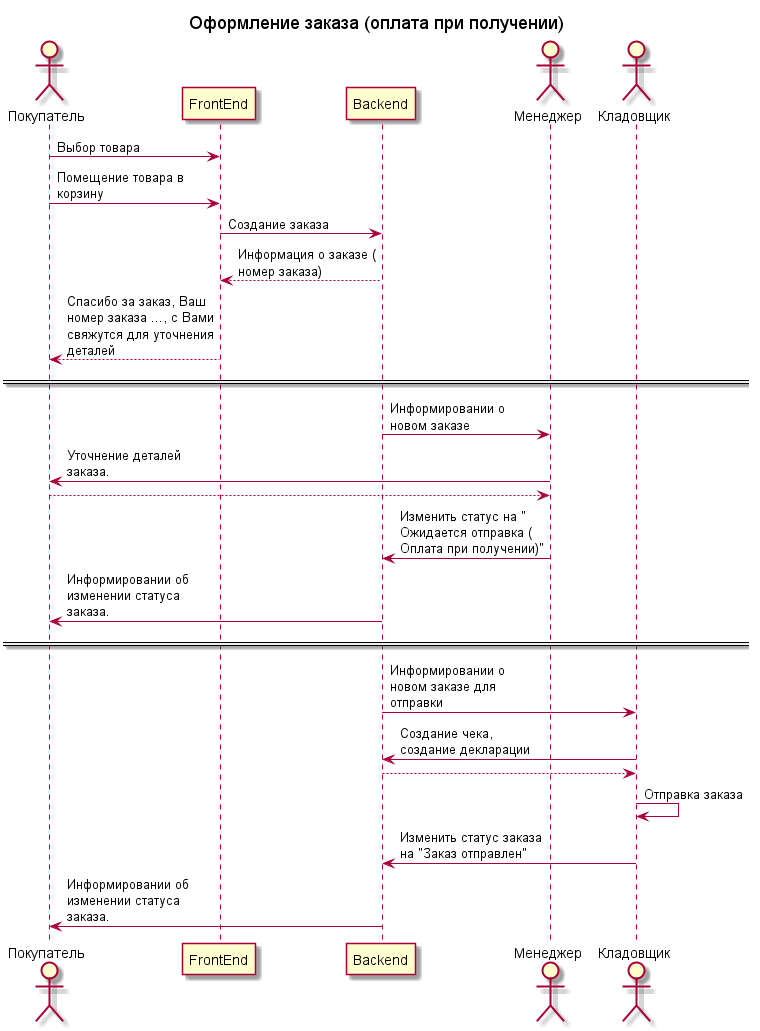
The PlantUML diagram documentation/img/create_order_1.png in VadimShtukan/per.ua.ms, before a commit.
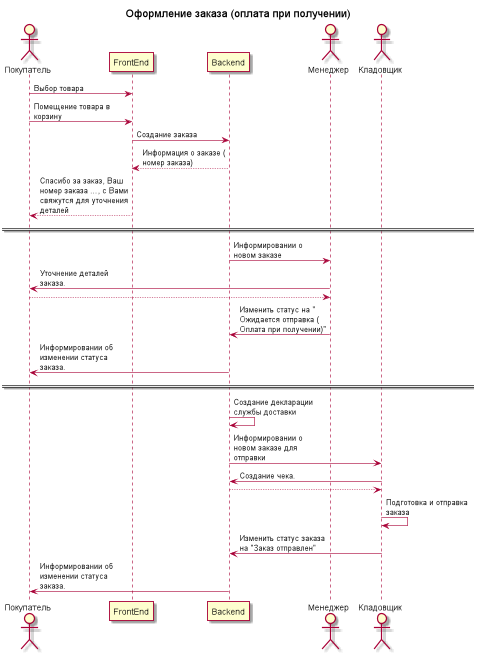
After the commit.

What changed in the source:
```diff
@@ -21,10 +21,11 @@
 Manager -> Backend: Изменить статус на "Ожидается отправка (Оплата при получении)"
 Backend -> User: Информировании об изменении статуса заказа.
 ==  ==
+Backend -> Backend: Создание декларации службы доставки
 Backend -> StockMan: Информировании о новом заказе для отправки
-StockMan -> Backend: Создание чека, создание декларации
+StockMan -> Backend: Создание чека.
 Backend --> StockMan:
-StockMan -> StockMan: Отправка заказа
+StockMan -> StockMan: Подготовка и отправка заказа
 StockMan -> Backend: Изменить статус заказа на "Заказ отправлен"
 Backend -> User: Информировании об изменении статуса заказа.
 
```
